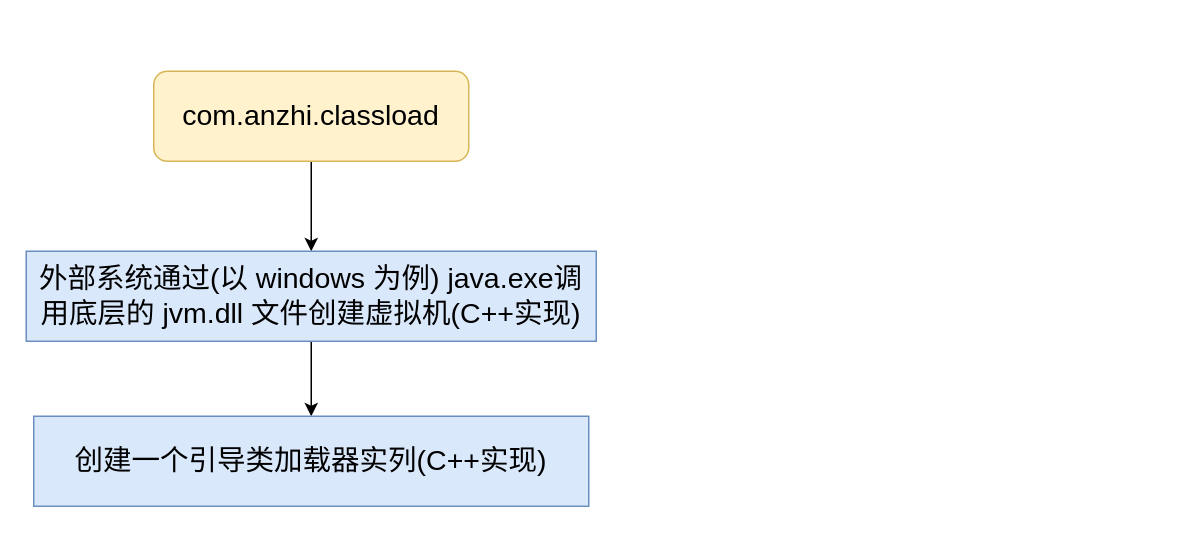
Above: utilsdemo/src/main/resources/FlowDiagram/Java执行命令大体流程.drawio in an-1024/WorkUtil (draw.io), before the change. Source tidied: cells renumbered, new cells numbered last; positions are measured from the earlier drawing's top-left corner, leaving out a move shared by most shapes. Both pictures are drawn from the tidied source at 150%, with x=0, y=0 at pixel (26, 70).
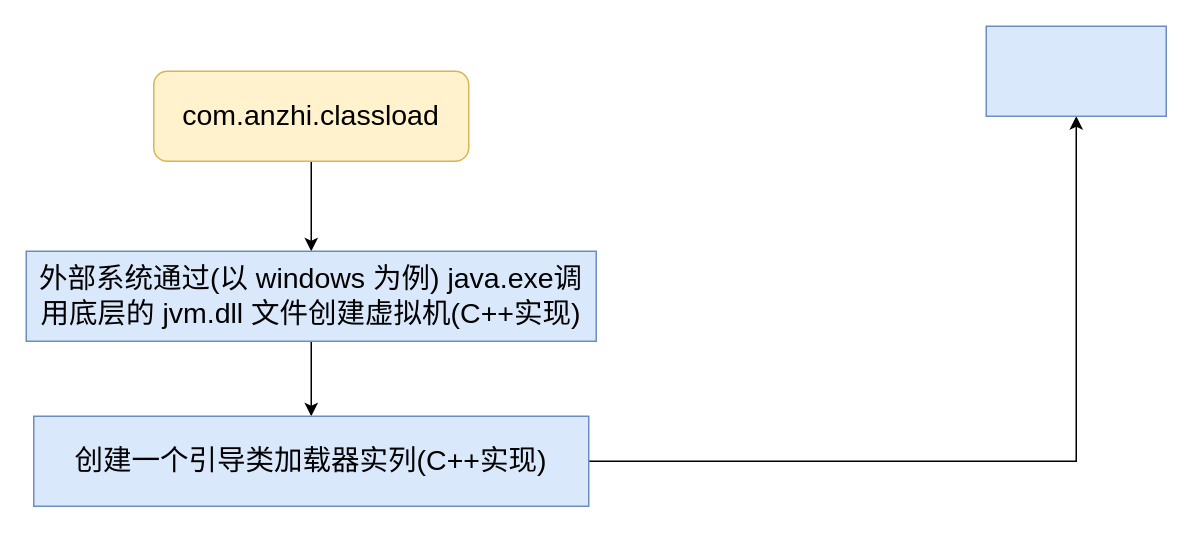
The same diagram, later.

Commit message (it also covers changes not shown here):
更新Java执行命令大体流程.drawio

Change to the diagram source:
```diff
@@
 <mxGraphModel>
   <root>
     <mxCell id="0" />
     <mxCell id="1" parent="0" />
     <mxCell id="2" style="edgeStyle=orthogonalEdgeStyle;rounded=0;jettySize=auto;html=1;entryX=0.5;entryY=0;entryDx=0;entryDy=0;fontSize=19;" parent="1" edge="1" source="3" target="5">
       <mxGeometry relative="1" as="geometry" />
     </mxCell>
     <mxCell id="3" value="&lt;font style=&quot;font-size: 19px;&quot;&gt;com.anzhi.classload&lt;/font&gt;" style="rounded=1;whiteSpace=wrap;html=1;fillColor=#fff2cc;strokeColor=#d6b656;" parent="1" vertex="1">
       <mxGeometry x="85" width="210" height="60" as="geometry" />
     </mxCell>
     <mxCell id="4" style="edgeStyle=orthogonalEdgeStyle;rounded=0;jettySize=auto;html=1;exitX=0.5;exitY=1;exitDx=0;exitDy=0;entryX=0.5;entryY=0;entryDx=0;entryDy=0;fontSize=19;" parent="1" edge="1" source="5" target="6">
       <mxGeometry relative="1" as="geometry" />
     </mxCell>
     <mxCell id="5" value="外部系统通过(以 windows 为例) java.exe调用底层的 jvm.dll 文件创建虚拟机(C++实现)" style="rounded=0;whiteSpace=wrap;html=1;fontSize=19;fillColor=#dae8fc;strokeColor=#6c8ebf;" parent="1" vertex="1">
       <mxGeometry y="120" width="380" height="60" as="geometry" />
     </mxCell>
+    <mxCell id="7" style="edgeStyle=orthogonalEdgeStyle;rounded=0;jettySize=auto;html=1;fontSize=19;" parent="1" edge="1" source="6" target="8">
+      <mxGeometry relative="1" as="geometry" />
+    </mxCell>
     <mxCell id="6" value="创建一个引导类加载器实列(C++实现)" style="whiteSpace=wrap;html=1;fontSize=19;fillColor=#dae8fc;strokeColor=#6c8ebf;rounded=0;" parent="1" vertex="1">
       <mxGeometry x="5" y="230" width="370" height="60" as="geometry" />
     </mxCell>
+    <mxCell id="8" style="whiteSpace=wrap;html=1;fontSize=19;fillColor=#dae8fc;strokeColor=#6c8ebf;rounded=0;" parent="1" vertex="1">
+      <mxGeometry x="640" y="-30" width="120" height="60" as="geometry" />
+    </mxCell>
   </root>
 </mxGraphModel>
```
